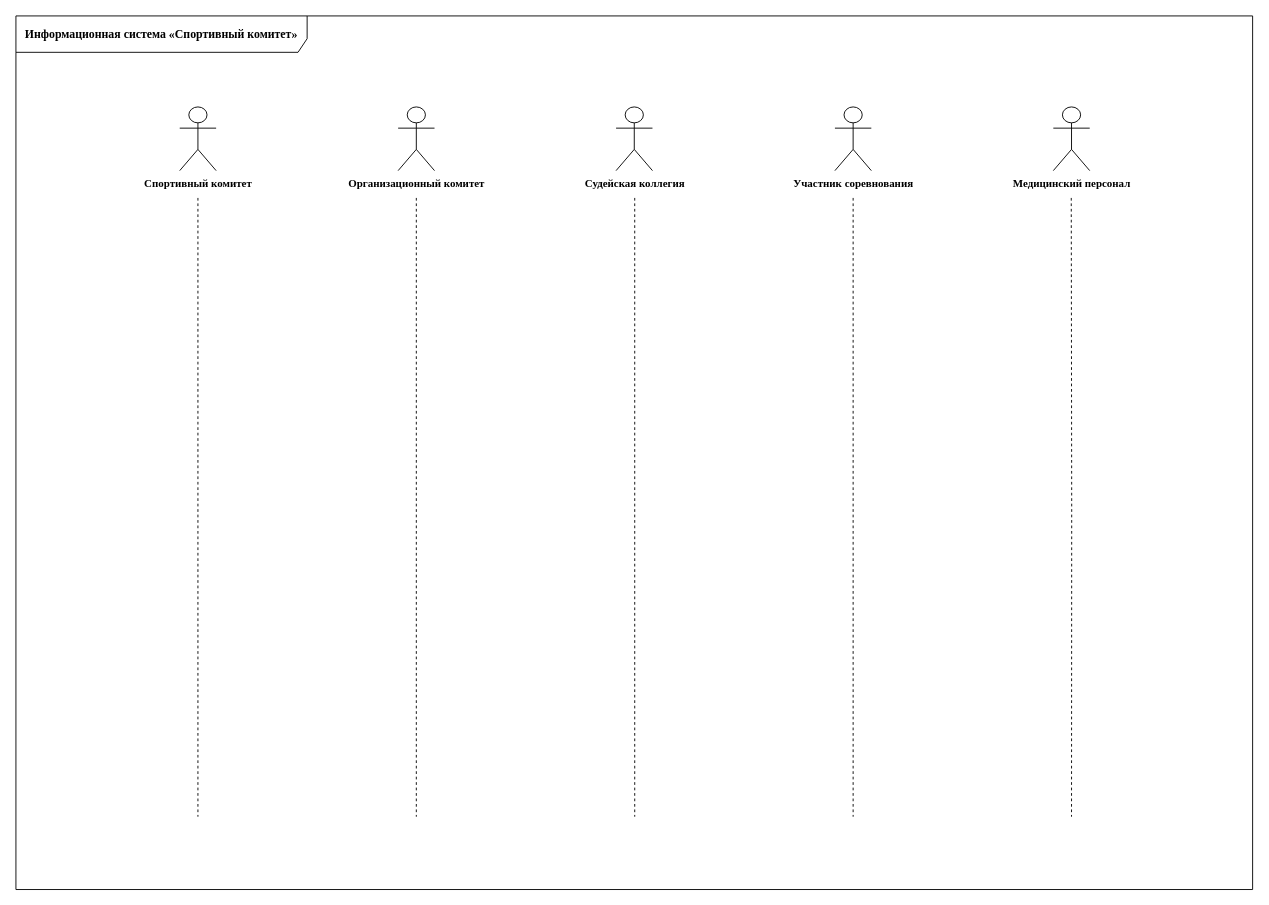
This is page "Последовательности" (4 of 11) of Диаграммы ИС «Спортивный комитет».drawio from antonch985/Education, a draw.io file, before an edit. Source tidied: cells renumbered, new cells numbered last; positions are measured from the earlier drawing's top-left corner, leaving out a move shared by most shapes. Both pictures are drawn from the tidied source at 91%, with x=0, y=0 at pixel (15, 15).
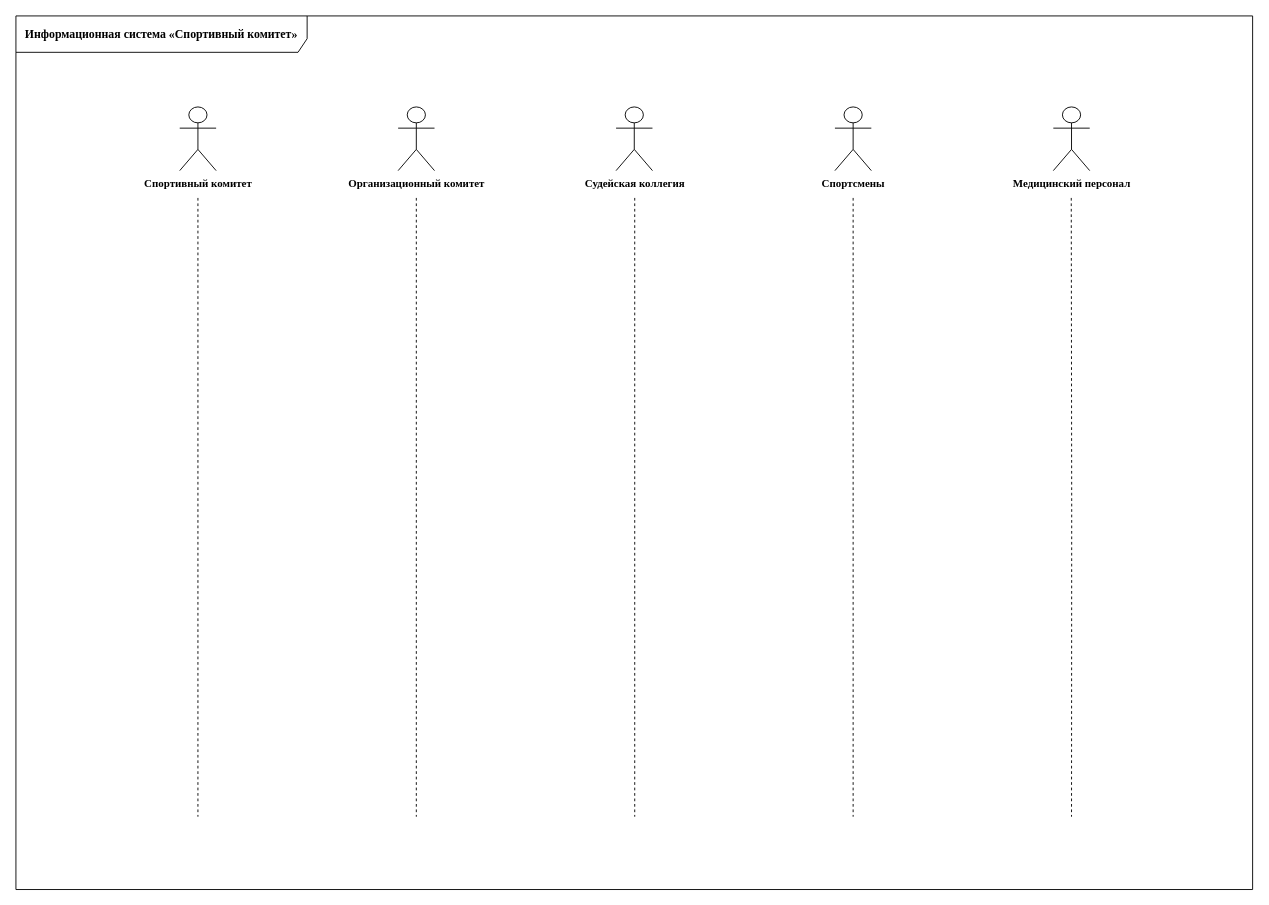
The same page after the edit.

What changed in the source:
```diff
@@
 <mxGraphModel>
   <root>
     <mxCell id="0" />
     <mxCell id="1" parent="0" />
     <mxCell id="2" style="edgeStyle=orthogonalEdgeStyle;rounded=0;orthogonalLoop=1;jettySize=auto;html=1;endArrow=none;endFill=0;dashed=1;fontFamily=Times New Roman;" parent="1" edge="1">
       <mxGeometry relative="1" as="geometry">
         <mxPoint x="200" y="200" as="sourcePoint" />
         <mxPoint x="200" y="880" as="targetPoint" />
       </mxGeometry>
     </mxCell>
     <mxCell id="3" style="edgeStyle=orthogonalEdgeStyle;rounded=0;orthogonalLoop=1;jettySize=auto;html=1;endArrow=none;endFill=0;dashed=1;fontFamily=Times New Roman;" parent="1" edge="1">
       <mxGeometry relative="1" as="geometry">
         <mxPoint x="920" y="200" as="sourcePoint" />
         <mxPoint x="920" y="880" as="targetPoint" />
       </mxGeometry>
     </mxCell>
     <mxCell id="4" style="edgeStyle=orthogonalEdgeStyle;rounded=0;orthogonalLoop=1;jettySize=auto;html=1;endArrow=none;endFill=0;dashed=1;fontFamily=Times New Roman;" parent="1" edge="1">
       <mxGeometry relative="1" as="geometry">
         <mxPoint x="680" y="200" as="sourcePoint" />
         <mxPoint x="680" y="880" as="targetPoint" />
       </mxGeometry>
     </mxCell>
     <mxCell id="5" style="edgeStyle=orthogonalEdgeStyle;rounded=0;orthogonalLoop=1;jettySize=auto;html=1;endArrow=none;endFill=0;dashed=1;fontFamily=Times New Roman;" parent="1" edge="1">
       <mxGeometry relative="1" as="geometry">
         <mxPoint x="1159.7" y="200" as="sourcePoint" />
         <mxPoint x="1160" y="880" as="targetPoint" />
       </mxGeometry>
     </mxCell>
     <mxCell id="6" value="Организационный комитет" style="shape=umlActor;verticalLabelPosition=bottom;verticalAlign=top;html=1;fontFamily=Times New Roman;fontStyle=1;" parent="1" vertex="1">
       <mxGeometry x="420" y="100" width="40" height="70" as="geometry" />
     </mxCell>
     <mxCell id="7" value="Спортивный комитет" style="shape=umlActor;verticalLabelPosition=bottom;verticalAlign=top;html=1;fontFamily=Times New Roman;fontStyle=1;" parent="1" vertex="1">
       <mxGeometry x="180" y="100" width="40" height="70" as="geometry" />
     </mxCell>
     <mxCell id="8" style="edgeStyle=orthogonalEdgeStyle;rounded=0;orthogonalLoop=1;jettySize=auto;html=1;endArrow=none;endFill=0;dashed=1;fontFamily=Times New Roman;" parent="1" edge="1">
       <mxGeometry relative="1" as="geometry">
         <mxPoint x="440" y="200" as="sourcePoint" />
         <mxPoint x="440" y="880" as="targetPoint" />
       </mxGeometry>
     </mxCell>
     <mxCell id="9" value="Информационная система «Спортивный комитет»" style="shape=umlFrame;whiteSpace=wrap;html=1;width=320;height=40;fontFamily=Times New Roman;fontSize=13;fontStyle=1;" parent="1" vertex="1">
       <mxGeometry width="1359" height="960" as="geometry" />
     </mxCell>
     <mxCell id="10" value="Судейская коллегия" style="shape=umlActor;verticalLabelPosition=bottom;verticalAlign=top;html=1;fontFamily=Times New Roman;fontStyle=1;" parent="1" vertex="1">
       <mxGeometry x="659.5" y="100" width="40" height="70" as="geometry" />
     </mxCell>
-    <mxCell id="11" value="Участник соревнования" style="shape=umlActor;verticalLabelPosition=bottom;verticalAlign=top;html=1;fontFamily=Times New Roman;fontStyle=1;" parent="1" vertex="1">
+    <mxCell id="11" value="Спортсмены" style="shape=umlActor;verticalLabelPosition=bottom;verticalAlign=top;html=1;fontFamily=Times New Roman;fontStyle=1;" parent="1" vertex="1">
       <mxGeometry x="900" y="100" width="40" height="70" as="geometry" />
     </mxCell>
     <mxCell id="12" value="Медицинский персонал" style="shape=umlActor;verticalLabelPosition=bottom;verticalAlign=top;html=1;fontFamily=Times New Roman;fontStyle=1;" parent="1" vertex="1">
       <mxGeometry x="1140" y="100" width="40" height="70" as="geometry" />
     </mxCell>
   </root>
 </mxGraphModel>
```
